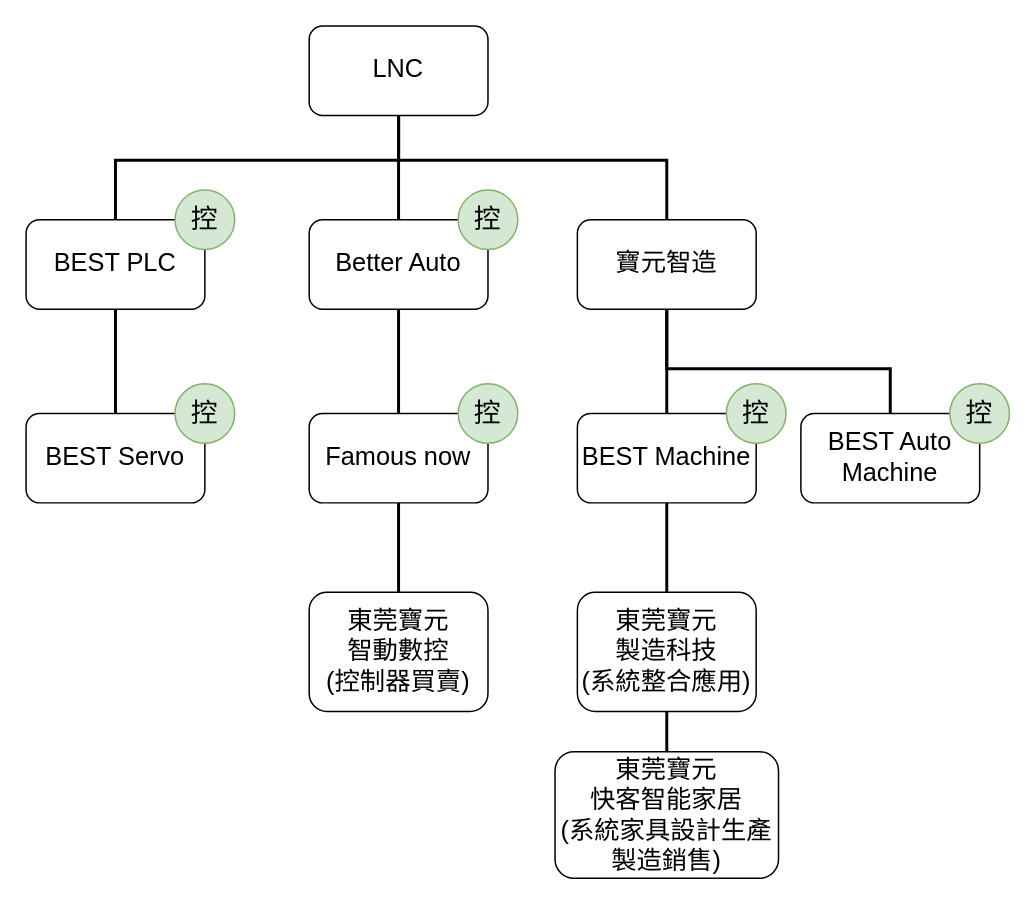
This is LNC.drawio from myctw/drawio, a draw.io file, before an edit. Source tidied: cells renumbered, new cells numbered last; positions are measured from the earlier drawing's top-left corner, leaving out a move shared by most shapes. Both pictures are drawn from the tidied source at 149%, with x=0, y=0 at pixel (25, 25).
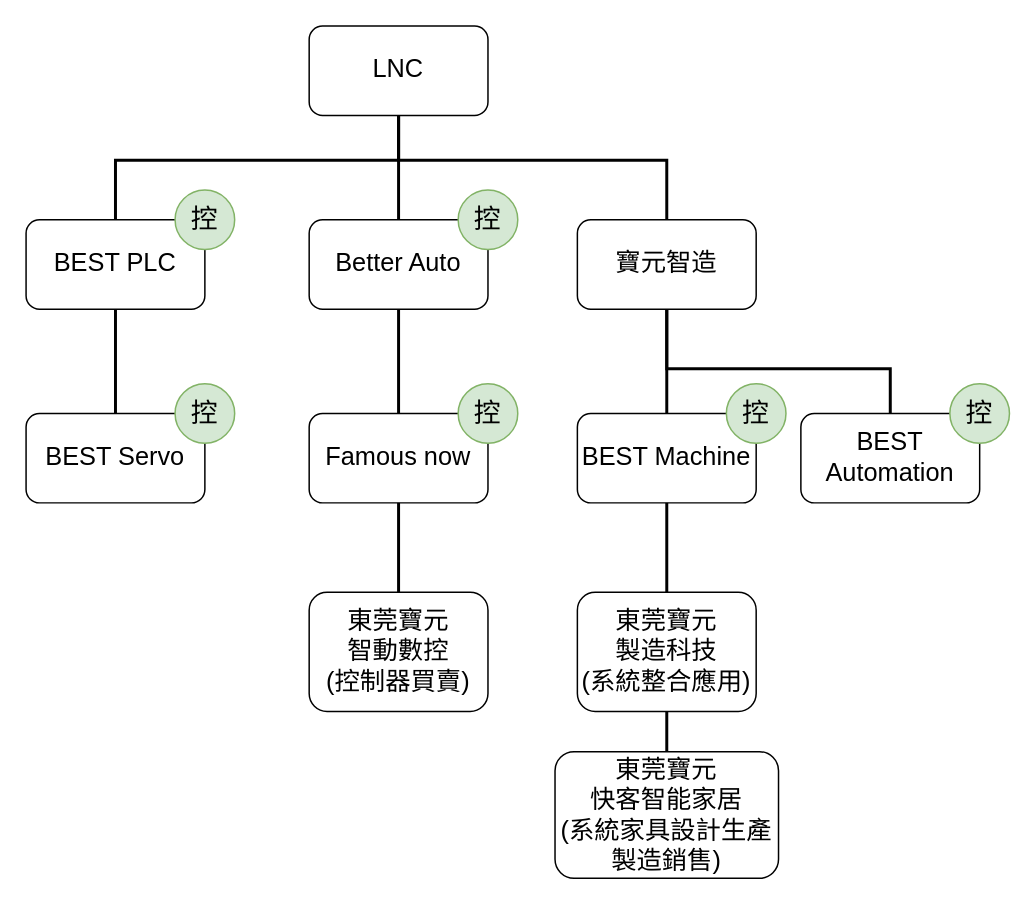
The same diagram, later.

Change to the diagram source:
```diff
@@
-    <mxCell id="10" value="BEST Auto&lt;br style=&quot;font-size: 17px;&quot;&gt;Machine" style="rounded=1;whiteSpace=wrap;html=1;fontSize=17;" parent="1" vertex="1">
+    <mxCell id="10" value="BEST&lt;br&gt;Automation" style="rounded=1;whiteSpace=wrap;html=1;fontSize=17;" parent="1" vertex="1">
       <mxGeometry x="520" y="260" width="120" height="60" as="geometry" />
     </mxCell>
```
